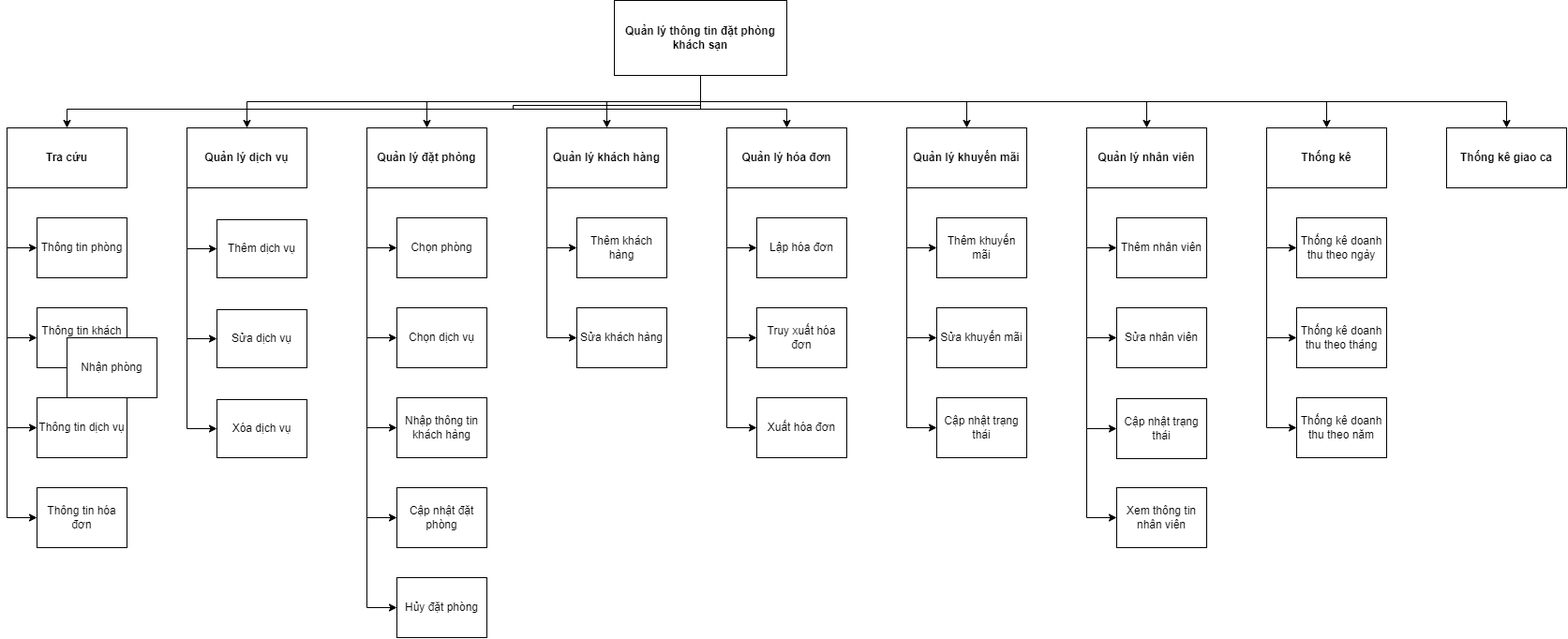
Before: Untitled Diagram.drawio.png, a diagram exported from draw.io (EricMai2112/image-diagram). Source tidied: cells renumbered, new cells last; positions are measured from the earlier drawing's top-left corner, leaving out a move shared by most shapes.
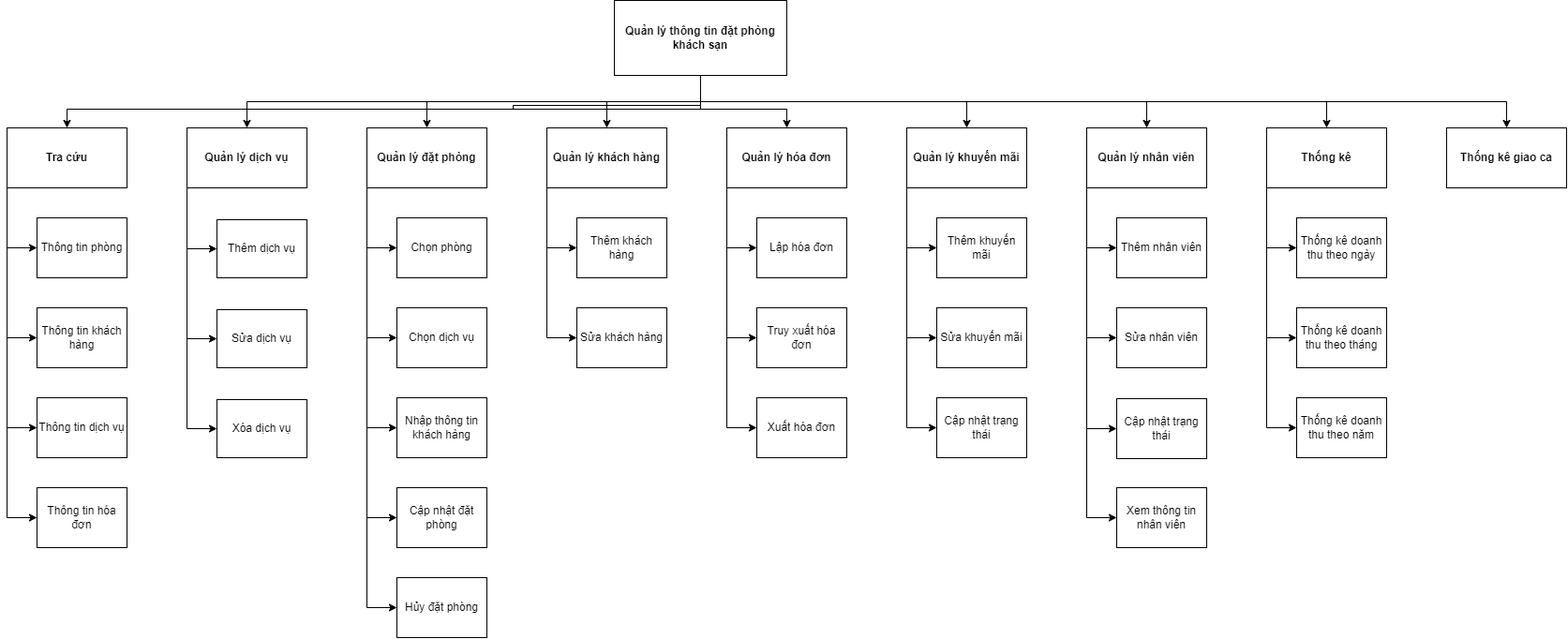
The same diagram one commit later.

The edit, as a diff of the source:
```diff
@@ -173,9 +173,6 @@
     <mxCell id="54" style="edgeStyle=orthogonalEdgeStyle;rounded=0;jettySize=auto;html=1;exitX=0;exitY=1;exitDx=0;exitDy=0;entryX=0;entryY=0.5;entryDx=0;entryDy=0;" parent="1" edge="1" source="12" target="36">
       <mxGeometry relative="1" as="geometry" />
     </mxCell>
-    <mxCell id="55" value="Nhận phòng" style="rounded=0;whiteSpace=wrap;html=1;" parent="1" vertex="1">
-      <mxGeometry x="64" y="360" width="96" height="64" as="geometry" />
-    </mxCell>
     <mxCell id="56" value="Quản lý nhân viên" style="rounded=0;whiteSpace=wrap;html=1;fontStyle=1;" parent="1" vertex="1">
       <mxGeometry x="1152" y="136" width="128" height="64" as="geometry" />
     </mxCell>
```
